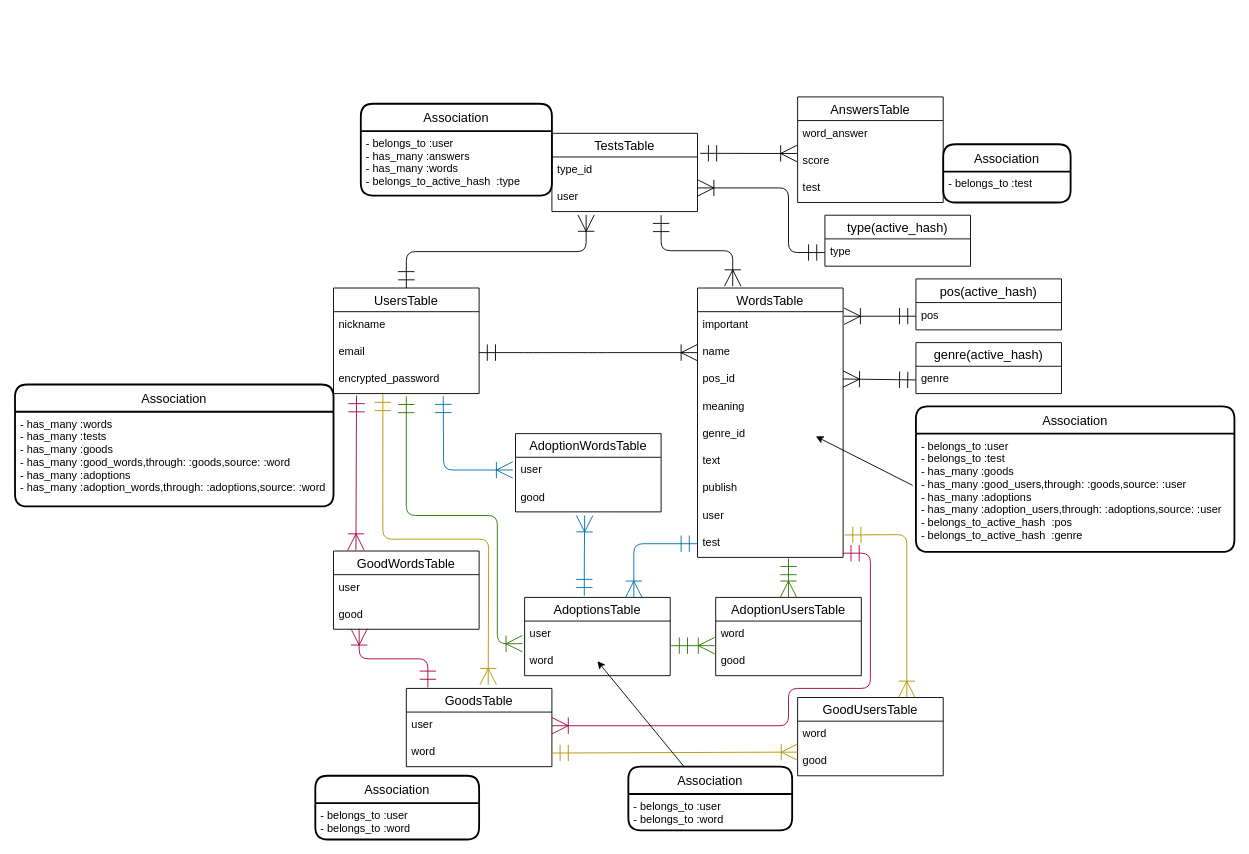
Above: ER .dio in wakachico/my-dic (draw.io), before the change. Source tidied: cells renumbered, new cells numbered last; positions are measured from the earlier drawing's top-left corner, leaving out a move shared by most shapes. Both pictures are drawn from the tidied source at 91%, with x=0, y=0 at pixel (15, 96).
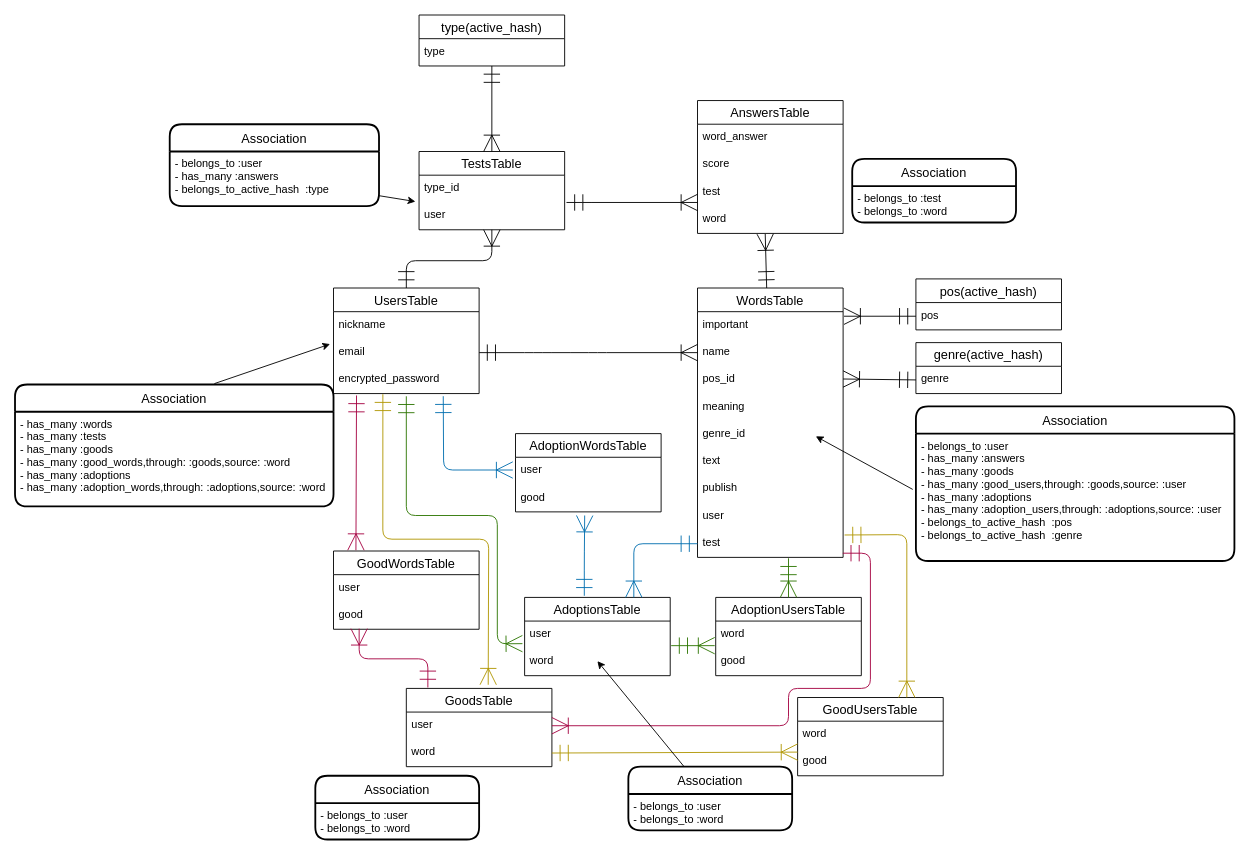
The same diagram, later.

The change refers to these unchanged cells:
```xml
<mxCell id="2" value="UsersTable" style="swimlane;fontStyle=0;horizontal=1;startSize=26;align=center;fontSize=14;" parent="1" vertex="1">
  <mxGeometry x="350" y="210" width="160" height="116" as="geometry" />
</mxCell>
<mxCell id="4" value="email" style="text;strokeColor=none;fillColor=none;spacingLeft=4;spacingRight=4;overflow=hidden;points=[[0,0.5],[1,0.5]];portConstraint=eastwest;fontSize=12;" parent="2" vertex="1">
  <mxGeometry y="56" width="160" height="30" as="geometry" />
</mxCell>
<mxCell id="39" value="user" style="text;strokeColor=none;fillColor=none;spacingLeft=4;spacingRight=4;overflow=hidden;points=[[0,0.5],[1,0.5]];portConstraint=eastwest;fontSize=12;" parent="37" vertex="1">
  <mxGeometry y="56" width="160" height="30" as="geometry" />
</mxCell>
<mxCell id="41" value="type" style="text;strokeColor=none;fillColor=none;spacingLeft=4;spacingRight=4;overflow=hidden;points=[[0,0.5],[1,0.5]];portConstraint=eastwest;fontSize=12;" parent="40" vertex="1">
  <mxGeometry y="26" width="160" height="30" as="geometry" />
</mxCell>
<mxCell id="45" value="Association" style="swimlane;horizontal=1;startSize=30;rounded=1;fontSize=14;fontStyle=0;strokeWidth=2;shadow=0;dashed=0;align=center;" parent="1" vertex="1">
  <mxGeometry y="316" width="350" height="134" as="geometry" />
</mxCell>
<mxCell id="57" value="score" style="text;strokeColor=none;fillColor=none;spacingLeft=4;spacingRight=4;overflow=hidden;points=[[0,0.5],[1,0.5]];portConstraint=eastwest;fontSize=12;" parent="55" vertex="1">
  <mxGeometry y="56" width="160" height="30" as="geometry" />
</mxCell>
```

Diff of the diagram source:
```diff
@@
     <mxCell id="37" value="TestsTable" style="swimlane;fontStyle=0;horizontal=1;startSize=26;align=center;fontSize=14;" parent="1" vertex="1">
-      <mxGeometry x="590" y="40" width="160" height="86" as="geometry" />
+      <mxGeometry x="444" y="60" width="160" height="86" as="geometry" />
     </mxCell>
@@
     <mxCell id="40" value="type(active_hash)" style="swimlane;fontStyle=0;horizontal=1;startSize=26;align=center;fontSize=14;" parent="1" vertex="1">
-      <mxGeometry x="890" y="130" width="160" height="56" as="geometry" />
+      <mxGeometry x="444" y="-90" width="160" height="56" as="geometry" />
     </mxCell>
@@
-    <mxCell id="42" style="fontSize=12;html=1;endArrow=ERoneToMany;startArrow=ERmandOne;startSize=16;endSize=16;edgeStyle=orthogonalEdgeStyle;exitX=0;exitY=0.5;exitDx=0;exitDy=0;" parent="1" edge="1" source="41">
-      <mxGeometry relative="1" as="geometry">
-        <mxPoint x="750" y="100" as="targetPoint" />
-        <Array as="points">
-          <mxPoint x="850" y="171" />
-          <mxPoint x="850" y="100" />
-          <mxPoint x="750" y="100" />
-        </Array>
-      </mxGeometry>
-    </mxCell>
-    <mxCell id="43" style="fontSize=12;html=1;endArrow=ERoneToMany;startArrow=ERmandOne;startSize=16;endSize=16;edgeStyle=orthogonalEdgeStyle;" parent="1" edge="1">
-      <mxGeometry relative="1" as="geometry">
-        <mxPoint x="710" y="130" as="sourcePoint" />
-        <mxPoint x="788.7" y="208" as="targetPoint" />
-        <Array as="points">
-          <mxPoint x="709.7" y="169" />
-          <mxPoint x="788.7" y="169" />
-        </Array>
-      </mxGeometry>
-    </mxCell>
-    <mxCell id="44" style="fontSize=12;html=1;endArrow=ERoneToMany;startArrow=ERmandOne;startSize=16;endSize=16;entryX=0.235;entryY=1.122;entryDx=0;entryDy=0;edgeStyle=orthogonalEdgeStyle;exitX=0.5;exitY=0;exitDx=0;exitDy=0;entryPerimeter=0;" parent="1" edge="1" source="2" target="39">
+    <mxCell id="44" style="fontSize=12;html=1;endArrow=ERoneToMany;startArrow=ERmandOne;startSize=16;endSize=16;edgeStyle=orthogonalEdgeStyle;exitX=0.5;exitY=0;exitDx=0;exitDy=0;" parent="1" edge="1" source="2" target="39">
       <mxGeometry relative="1" as="geometry">
         <Array as="points">
-          <mxPoint x="430" y="170" />
-          <mxPoint x="628" y="170" />
+          <mxPoint x="430" y="180" />
+          <mxPoint x="524" y="180" />
         </Array>
       </mxGeometry>
     </mxCell>
@@
     <mxCell id="49" value="Association" style="swimlane;horizontal=1;startSize=30;rounded=1;fontSize=14;fontStyle=0;strokeWidth=2;shadow=0;dashed=0;align=center;labelBackgroundColor=none;" parent="1" vertex="1">
-      <mxGeometry x="990" y="340" width="350" height="160" as="geometry" />
+      <mxGeometry x="990" y="340" width="350" height="170" as="geometry" />
     </mxCell>
-    <mxCell id="50" value="- belongs_to :user&#10;- belongs_to :test&#10;- has_many :goods&#10;- has_many :good_users,through: :goods,source: :user&#10;- has_many :adoptions&#10;- has_many :adoption_users,through: :adoptions,source: :user&#10;- belongs_to_active_hash  :pos&#10;- belongs_to_active_hash  :genre" style="align=left;strokeColor=none;fillColor=none;spacingLeft=4;fontSize=12;verticalAlign=top;labelBackgroundColor=none;" parent="49" vertex="1">
-      <mxGeometry y="30" width="350" height="130" as="geometry" />
+    <mxCell id="50" value="- belongs_to :user&#10;- has_many :answers&#10;- has_many :goods&#10;- has_many :good_users,through: :goods,source: :user&#10;- has_many :adoptions&#10;- has_many :adoption_users,through: :adoptions,source: :user&#10;- belongs_to_active_hash  :pos&#10;- belongs_to_active_hash  :genre" style="align=left;strokeColor=none;fillColor=none;spacingLeft=4;fontSize=12;verticalAlign=top;labelBackgroundColor=none;" parent="49" vertex="1">
+      <mxGeometry y="30" width="350" height="140" as="geometry" />
     </mxCell>
@@
     <mxCell id="53" value="Association" style="swimlane;horizontal=1;startSize=30;rounded=1;fontSize=14;fontStyle=0;strokeWidth=2;shadow=0;dashed=0;align=center;labelBackgroundColor=none;" parent="1" vertex="1">
-      <mxGeometry x="380" y="7.5" width="210" height="101" as="geometry" />
+      <mxGeometry x="170" y="30" width="230" height="90" as="geometry" />
     </mxCell>
-    <mxCell id="54" value="- belongs_to :user&#10;- has_many :answers&#10;- has_many :words&#10;- belongs_to_active_hash  :type" style="align=left;strokeColor=none;fillColor=none;spacingLeft=4;fontSize=12;verticalAlign=top;labelBackgroundColor=none;" parent="53" vertex="1">
-      <mxGeometry y="30" width="210" height="71" as="geometry" />
+    <mxCell id="54" value="- belongs_to :user&#10;- has_many :answers&#10;- belongs_to_active_hash  :type" style="align=left;strokeColor=none;fillColor=none;spacingLeft=4;fontSize=12;verticalAlign=top;labelBackgroundColor=none;" parent="53" vertex="1">
+      <mxGeometry y="30" width="230" height="60" as="geometry" />
     </mxCell>
     <mxCell id="55" value="AnswersTable" style="swimlane;fontStyle=0;horizontal=1;startSize=26;align=center;fontSize=14;" parent="1" vertex="1">
-      <mxGeometry x="860" width="160" height="116" as="geometry" />
+      <mxGeometry x="750" y="4" width="160" height="146" as="geometry" />
     </mxCell>
@@
-    <mxCell id="59" style="fontSize=12;html=1;endArrow=ERoneToMany;startArrow=ERmandOne;startSize=16;endSize=16;entryX=-0.004;entryY=0.206;entryDx=0;entryDy=0;entryPerimeter=0;" parent="1" edge="1" target="57">
-      <mxGeometry relative="1" as="geometry">
-        <mxPoint x="753" y="62" as="sourcePoint" />
-      </mxGeometry>
-    </mxCell>
-    <mxCell id="60" value="Association" style="swimlane;horizontal=1;startSize=30;rounded=1;fontSize=14;fontStyle=0;strokeWidth=2;shadow=0;dashed=0;align=center;labelBackgroundColor=none;" parent="1" vertex="1">
-      <mxGeometry x="1020" y="52" width="140" height="64" as="geometry" />
-    </mxCell>
-    <mxCell id="61" value="- belongs_to :test" style="align=left;strokeColor=none;fillColor=none;spacingLeft=4;fontSize=12;verticalAlign=top;labelBackgroundColor=none;" parent="60" vertex="1">
-      <mxGeometry y="30" width="140" height="34" as="geometry" />
-    </mxCell>
-    <mxCell id="62" style="edgeStyle=none;rounded=0;jettySize=auto;html=1;exitX=0.5;exitY=1;exitDx=0;exitDy=0;startArrow=ERmandOne;startFill=0;endArrow=ERoneToMany;endFill=0;startSize=16;endSize=16;" parent="60" edge="1" source="60" target="61">
-      <mxGeometry relative="1" as="geometry" />
-    </mxCell>
+    <mxCell id="81" value="word" style="text;strokeColor=none;fillColor=none;spacingLeft=4;spacingRight=4;overflow=hidden;points=[[0,0.5],[1,0.5]];portConstraint=eastwest;fontSize=12;" parent="55" vertex="1">
+      <mxGeometry y="116" width="160" height="30" as="geometry" />
+    </mxCell>
@@
+    <mxCell id="82" style="fontSize=12;html=1;endArrow=ERoneToMany;startArrow=ERmandOne;startSize=16;endSize=16;" parent="1" edge="1" source="41" target="37">
+      <mxGeometry relative="1" as="geometry" />
+    </mxCell>
+    <mxCell id="83" style="fontSize=12;html=1;endArrow=ERoneToMany;startArrow=ERmandOne;startSize=16;endSize=16;" parent="1" edge="1">
+      <mxGeometry relative="1" as="geometry">
+        <mxPoint x="606" y="116" as="sourcePoint" />
+        <mxPoint x="750" y="116" as="targetPoint" />
+        <Array as="points">
+          <mxPoint x="623" y="116" />
+        </Array>
+      </mxGeometry>
+    </mxCell>
+    <mxCell id="84" style="fontSize=12;html=1;endArrow=ERoneToMany;startArrow=ERmandOne;startSize=16;endSize=16;entryX=0.465;entryY=1.02;entryDx=0;entryDy=0;entryPerimeter=0;" parent="1" edge="1" target="81">
+      <mxGeometry relative="1" as="geometry">
+        <mxPoint x="826" y="210" as="sourcePoint" />
+      </mxGeometry>
+    </mxCell>
+    <mxCell id="85" style="endArrow=classic;html=1;" parent="1" edge="1" source="54">
+      <mxGeometry relative="1" as="geometry">
+        <mxPoint x="440" y="115" as="targetPoint" />
+      </mxGeometry>
+    </mxCell>
+    <mxCell id="86" style="endArrow=classic;html=1;exitX=0.626;exitY=-0.007;exitDx=0;exitDy=0;exitPerimeter=0;entryX=-0.024;entryY=0.187;entryDx=0;entryDy=0;entryPerimeter=0;" parent="1" edge="1" source="45" target="4">
+      <mxGeometry relative="1" as="geometry" />
+    </mxCell>
+    <mxCell id="60" value="Association" style="swimlane;horizontal=1;startSize=30;rounded=1;fontSize=14;fontStyle=0;strokeWidth=2;shadow=0;dashed=0;align=center;labelBackgroundColor=none;" parent="1" vertex="1">
+      <mxGeometry x="920" y="68" width="180" height="70" as="geometry" />
+    </mxCell>
+    <mxCell id="87" value="- belongs_to :test&#10;- belongs_to :word" style="align=left;strokeColor=none;fillColor=none;spacingLeft=4;fontSize=12;verticalAlign=top;labelBackgroundColor=none;" parent="60" vertex="1">
+      <mxGeometry y="30" width="180" height="40" as="geometry" />
+    </mxCell>
```
